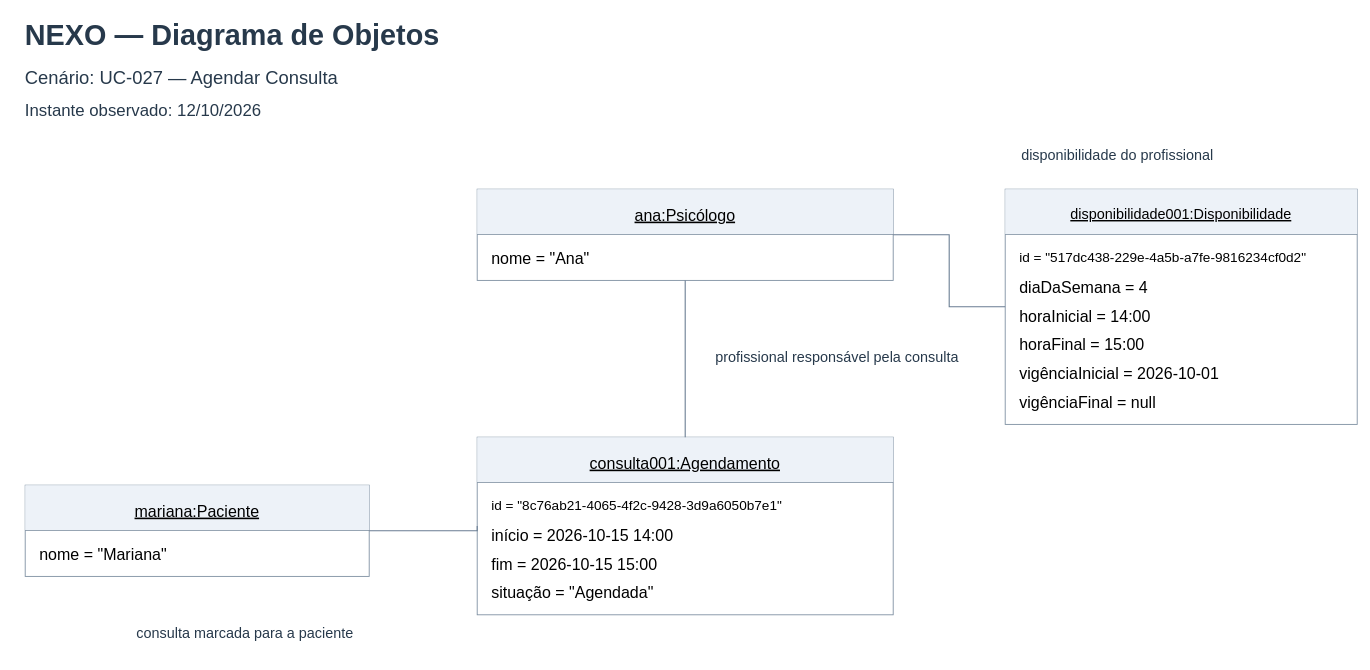
The draw.io diagram diagramas/objetos/diagrama-objetos.drawio in devcaline/nexo-modelagem, before the edit. Source tidied: cells renumbered, new cells numbered last; positions are measured from the earlier drawing's top-left corner, leaving out a move shared by most shapes. Both pictures are drawn from the tidied source at 80%, with x=0, y=0 at pixel (13, 13).
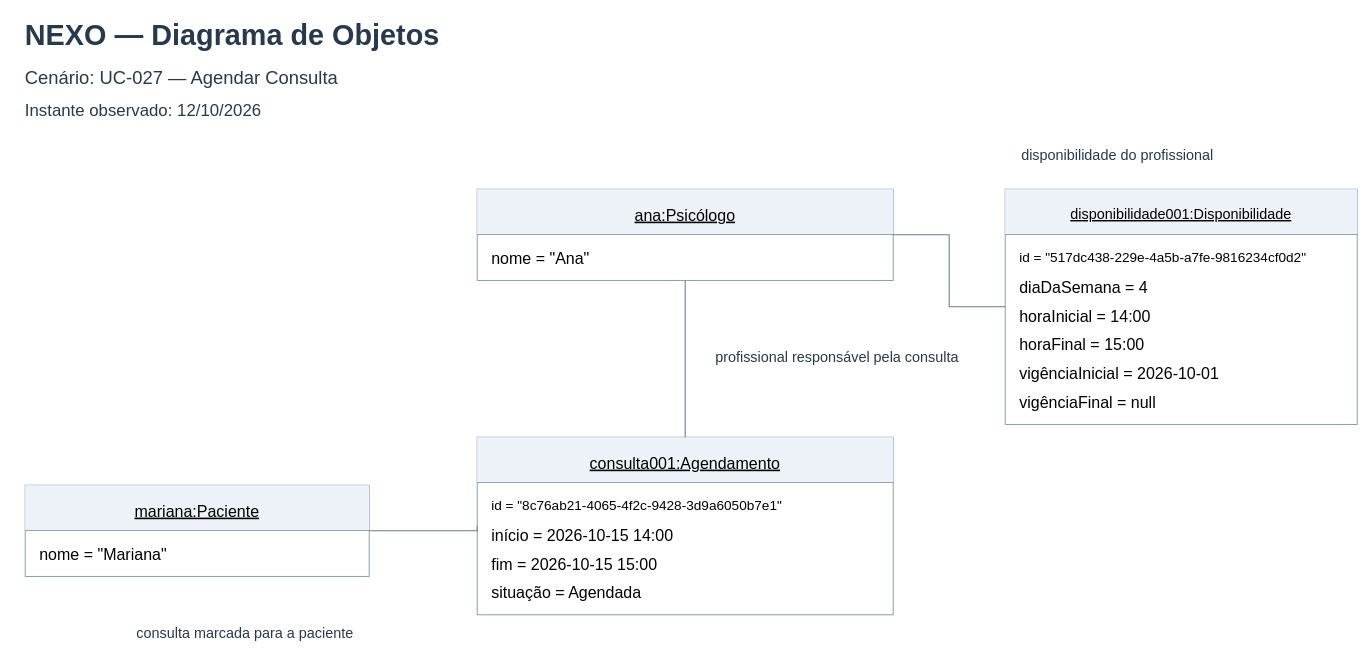
Above is the later version.

Unchanged cells that the change refers to:
```xml
<mxCell id="15" style="rounded=0;fillColor=#FFFFFF;strokeColor=#7D8FA1;strokeWidth=1.1;" parent="1" vertex="1">
  <mxGeometry x="580" y="530" width="520" height="222" as="geometry" />
</mxCell>
```

Diff of the diagram source:
```diff
@@
-    <mxCell id="22" value="situação = &quot;Agendada&quot;" style="text;html=0;align=left;fontFamily=Arial;fontSize=20;spacing=0;verticalAlign=top;" parent="15" vertex="1">
+    <mxCell id="22" value="situação = Agendada" style="text;html=0;align=left;fontFamily=Arial;fontSize=20;spacing=0;verticalAlign=top;" parent="15" vertex="1">
       <mxGeometry x="18" y="178" width="484" height="30" as="geometry" />
     </mxCell>
```
